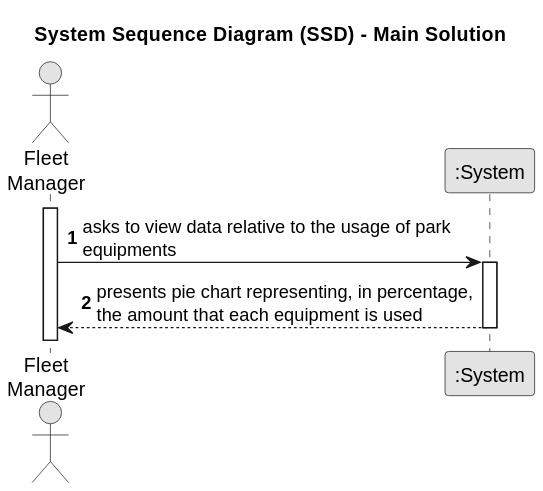
Above: docs/sprintC/us021/01.requirements-engineering/svg/us021-system-sequence-diagram-main-solution.svg in Departamento-de-Engenharia-Informatica/lei-24-s2-1dkl-g134 (PlantUML), before the change. The source it was exported from:
```plantuml
@startuml
skinparam monochrome true
skinparam packageStyle rectangle
skinparam shadowing false

title System Sequence Diagram (SSD) - Main Solution

autonumber

actor "Fleet\nManager" as Manager
participant ":System" as System

activate Manager

    Manager -> System : asks to view data relative to the usage of park\nequipments
    activate System

        System --> Manager : presents pie chart representing, in percentage,\nthe amount that each equipment is used
    deactivate System
@enduml
```
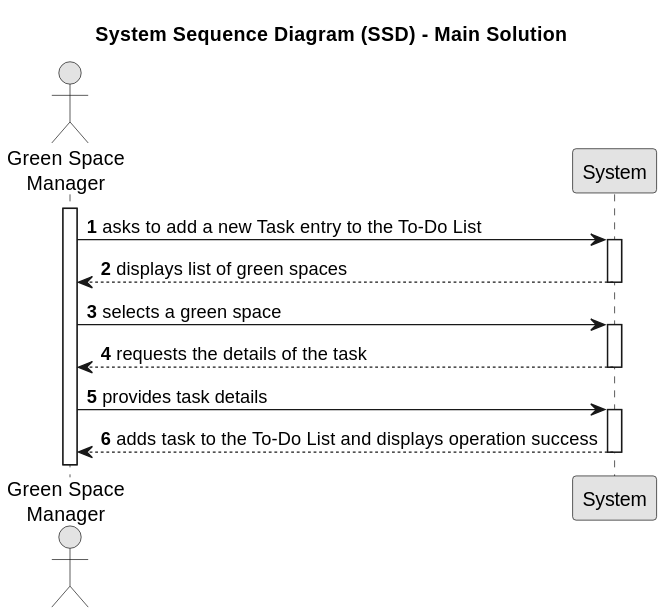
Above is the later version.

Diff of the diagram source:
```diff
@@ -7,14 +7,24 @@
 
 autonumber
 
-actor "Fleet\nManager" as Manager
-participant ":System" as System
+actor "Green Space\nManager" as GSM
 
-activate Manager
-
-    Manager -> System : asks to view data relative to the usage of park\nequipments
+activate GSM
+ GSM -> System : asks to add a new Task entry to the To-Do List
     activate System
 
-        System --> Manager : presents pie chart representing, in percentage,\nthe amount that each equipment is used
+        System --> GSM : displays list of green spaces
+    deactivate System
+
+    GSM -> System : selects a green space
+    activate System
+
+        System --> GSM : requests the details of the task
+    deactivate System
+
+    GSM -> System : provides task details
+    activate System
+
+        System --> GSM : adds task to the To-Do List and displays operation success
     deactivate System
 @enduml
```
